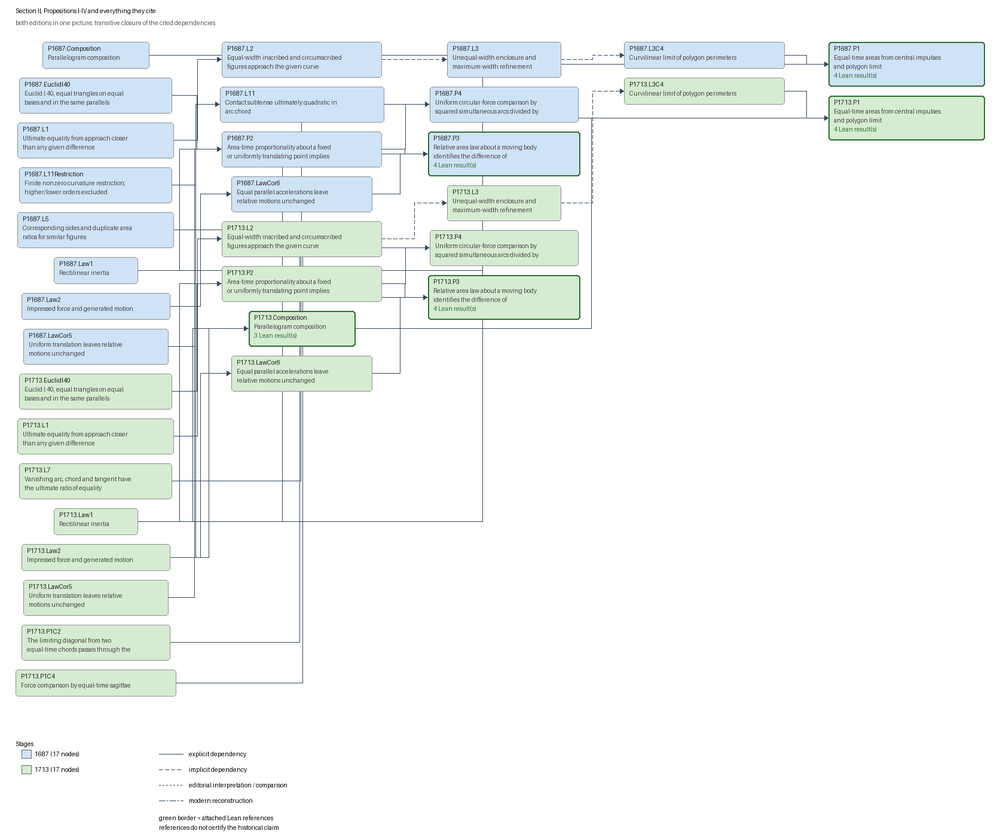
Above: docs/graphs/section-II.png in arivero/newtonlean (Graphviz), before the change. Its source is kept beside it as docs/graphs/section-II.dot.
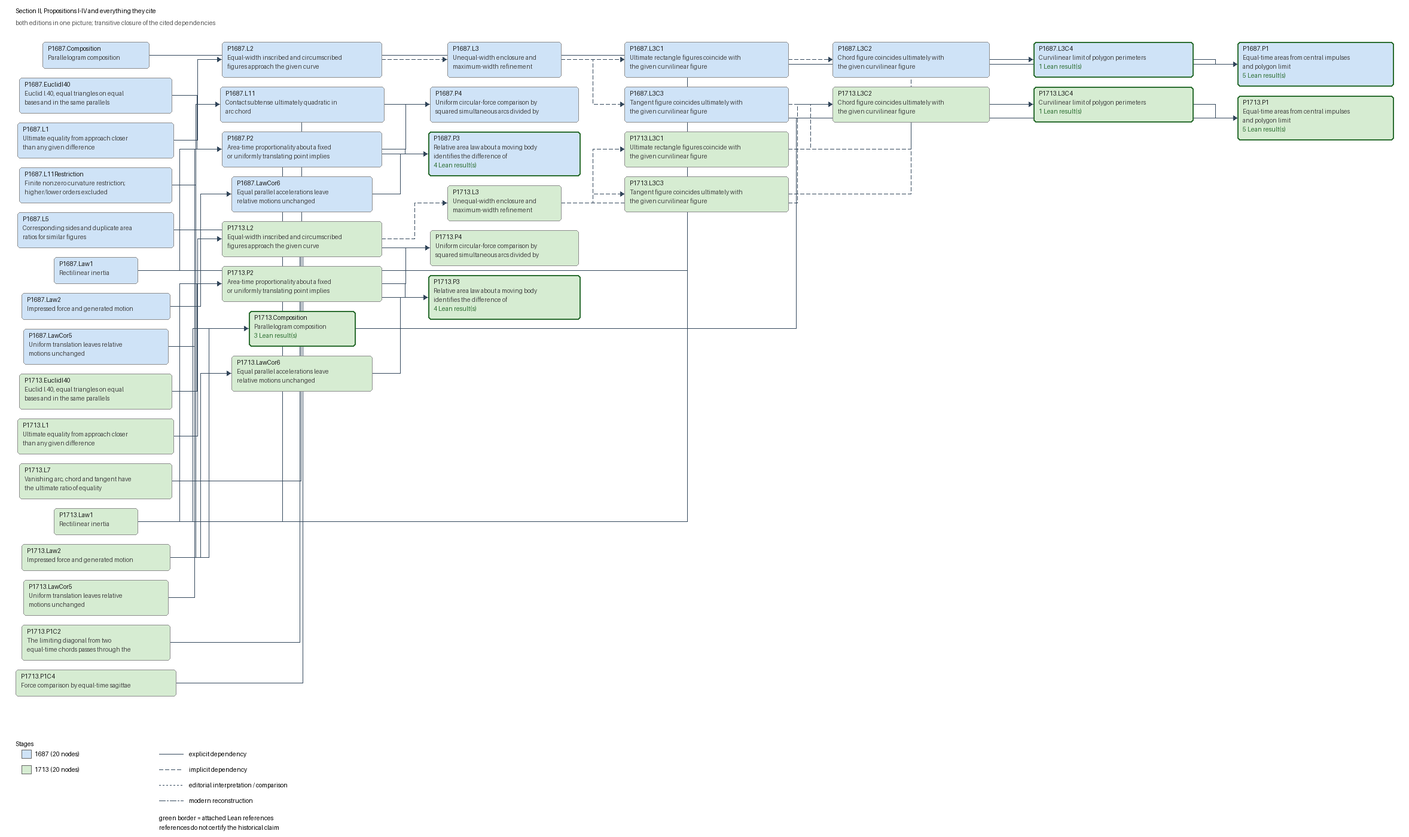
Later version of the same file.

What changed in the source:
```diff
@@ -8,13 +8,16 @@
   "P1687.L11Restriction" [label="P1687.L11Restriction\nFinite nonzero curvature restriction;\nhigher/lower orders excluded", fillcolor="#cfe3f7", color="#8d8d8d", penwidth=1];
   "P1687.L2" [label="P1687.L2\nEqual-width inscribed and circumscribed\nfigures approach the given curve", fillcolor="#cfe3f7", color="#8d8d8d", penwidth=1];
   "P1687.L3" [label="P1687.L3\nUnequal-width enclosure and\nmaximum-width refinement", fillcolor="#cfe3f7", color="#8d8d8d", penwidth=1];
-  "P1687.L3C4" [label="P1687.L3C4\nCurvilinear limit of polygon perimeters", fillcolor="#cfe3f7", color="#8d8d8d", penwidth=1];
+  "P1687.L3C1" [label="P1687.L3C1\nUltimate rectangle figures coincide with\nthe given curvilinear figure", fillcolor="#cfe3f7", color="#8d8d8d", penwidth=1];
+  "P1687.L3C2" [label="P1687.L3C2\nChord figure coincides ultimately with\nthe given curvilinear figure", fillcolor="#cfe3f7", color="#8d8d8d", penwidth=1];
+  "P1687.L3C3" [label="P1687.L3C3\nTangent figure coincides ultimately with\nthe given curvilinear figure", fillcolor="#cfe3f7", color="#8d8d8d", penwidth=1];
+  "P1687.L3C4" [label="P1687.L3C4\nCurvilinear limit of polygon perimeters\n1 Lean result(s)", fillcolor="#cfe3f7", color="#2c6e31", penwidth=2];
   "P1687.L5" [label="P1687.L5\nCorresponding sides and duplicate area\nratios for similar figures", fillcolor="#cfe3f7", color="#8d8d8d", penwidth=1];
   "P1687.Law1" [label="P1687.Law1\nRectilinear inertia", fillcolor="#cfe3f7", color="#8d8d8d", penwidth=1];
   "P1687.Law2" [label="P1687.Law2\nImpressed force and generated motion", fillcolor="#cfe3f7", color="#8d8d8d", penwidth=1];
   "P1687.LawCor5" [label="P1687.LawCor5\nUniform translation leaves relative\nmotions unchanged", fillcolor="#cfe3f7", color="#8d8d8d", penwidth=1];
   "P1687.LawCor6" [label="P1687.LawCor6\nEqual parallel accelerations leave\nrelative motions unchanged", fillcolor="#cfe3f7", color="#8d8d8d", penwidth=1];
-  "P1687.P1" [label="P1687.P1\nEqual-time areas from central impulses\nand polygon limit\n4 Lean result(s)", fillcolor="#cfe3f7", color="#2c6e31", penwidth=2];
+  "P1687.P1" [label="P1687.P1\nEqual-time areas from central impulses\nand polygon limit\n5 Lean result(s)", fillcolor="#cfe3f7", color="#2c6e31", penwidth=2];
   "P1687.P2" [label="P1687.P2\nArea-time proportionality about a fixed\nor uniformly translating point implies", fillcolor="#cfe3f7", color="#8d8d8d", penwidth=1];
   "P1687.P3" [label="P1687.P3\nRelative area law about a moving body\nidentifies the difference of\n4 Lean result(s)", fillcolor="#cfe3f7", color="#2c6e31", penwidth=2];
   "P1687.P4" [label="P1687.P4\nUniform circular-force comparison by\nsquared simultaneous arcs divided by", fillcolor="#cfe3f7", color="#8d8d8d", penwidth=1];
@@ -23,13 +26,16 @@
   "P1713.L1" [label="P1713.L1\nUltimate equality from approach closer\nthan any given difference", fillcolor="#d6ecd2", color="#8d8d8d", penwidth=1];
   "P1713.L2" [label="P1713.L2\nEqual-width inscribed and circumscribed\nfigures approach the given curve", fillcolor="#d6ecd2", color="#8d8d8d", penwidth=1];
   "P1713.L3" [label="P1713.L3\nUnequal-width enclosure and\nmaximum-width refinement", fillcolor="#d6ecd2", color="#8d8d8d", penwidth=1];
-  "P1713.L3C4" [label="P1713.L3C4\nCurvilinear limit of polygon perimeters", fillcolor="#d6ecd2", color="#8d8d8d", penwidth=1];
+  "P1713.L3C1" [label="P1713.L3C1\nUltimate rectangle figures coincide with\nthe given curvilinear figure", fillcolor="#d6ecd2", color="#8d8d8d", penwidth=1];
+  "P1713.L3C2" [label="P1713.L3C2\nChord figure coincides ultimately with\nthe given curvilinear figure", fillcolor="#d6ecd2", color="#8d8d8d", penwidth=1];
+  "P1713.L3C3" [label="P1713.L3C3\nTangent figure coincides ultimately with\nthe given curvilinear figure", fillcolor="#d6ecd2", color="#8d8d8d", penwidth=1];
+  "P1713.L3C4" [label="P1713.L3C4\nCurvilinear limit of polygon perimeters\n1 Lean result(s)", fillcolor="#d6ecd2", color="#2c6e31", penwidth=2];
   "P1713.L7" [label="P1713.L7\nVanishing arc, chord and tangent have\nthe ultimate ratio of equality", fillcolor="#d6ecd2", color="#8d8d8d", penwidth=1];
   "P1713.Law1" [label="P1713.Law1\nRectilinear inertia", fillcolor="#d6ecd2", color="#8d8d8d", penwidth=1];
   "P1713.Law2" [label="P1713.Law2\nImpressed force and generated motion", fillcolor="#d6ecd2", color="#8d8d8d", penwidth=1];
   "P1713.LawCor5" [label="P1713.LawCor5\nUniform translation leaves relative\nmotions unchanged", fillcolor="#d6ecd2", color="#8d8d8d", penwidth=1];
   "P1713.LawCor6" [label="P1713.LawCor6\nEqual parallel accelerations leave\nrelative motions unchanged", fillcolor="#d6ecd2", color="#8d8d8d", penwidth=1];
-  "P1713.P1" [label="P1713.P1\nEqual-time areas from central impulses\nand polygon limit\n4 Lean result(s)", fillcolor="#d6ecd2", color="#2c6e31", penwidth=2];
+  "P1713.P1" [label="P1713.P1\nEqual-time areas from central impulses\nand polygon limit\n5 Lean result(s)", fillcolor="#d6ecd2", color="#2c6e31", penwidth=2];
   "P1713.P1C2" [label="P1713.P1C2\nThe limiting diagonal from two\nequal-time chords passes through the", fillcolor="#d6ecd2", color="#8d8d8d", penwidth=1];
   "P1713.P1C4" [label="P1713.P1C4\nForce comparison by equal-time sagittae", fillcolor="#d6ecd2", color="#8d8d8d", penwidth=1];
   "P1713.P2" [label="P1713.P2\nArea-time proportionality about a fixed\nor uniformly translating point implies", fillcolor="#d6ecd2", color="#8d8d8d", penwidth=1];
@@ -69,8 +75,20 @@
   "P1687.L11Restriction" -> "P1687.L11" [style=solid, label="proof dependency: explicit_dependency", fontsize=9];
   "P1713.Law2" -> "P1713.Composition" [style=solid, label="proof dependency: explicit_dependency", fontsize=9];
   "P1713.Law1" -> "P1713.Composition" [style=solid, label="proof dependency: explicit_dependency", fontsize=9];
+  "P1687.L3C1" -> "P1687.L3C4" [style=dashed, label="proof dependency: implicit_dependency", fontsize=9];
+  "P1687.L3C2" -> "P1687.L3C4" [style=dashed, label="proof dependency: implicit_dependency", fontsize=9];
+  "P1687.L3C3" -> "P1687.L3C4" [style=dashed, label="proof dependency: implicit_dependency", fontsize=9];
+  "P1713.L3C1" -> "P1713.L3C4" [style=dashed, label="proof dependency: implicit_dependency", fontsize=9];
+  "P1713.L3C2" -> "P1713.L3C4" [style=dashed, label="proof dependency: implicit_dependency", fontsize=9];
+  "P1713.L3C3" -> "P1713.L3C4" [style=dashed, label="proof dependency: implicit_dependency", fontsize=9];
   "P1687.L2" -> "P1687.L3" [style=dashed, label="proof dependency: implicit_dependency", fontsize=9];
   "P1713.L2" -> "P1713.L3" [style=dashed, label="proof dependency: implicit_dependency", fontsize=9];
+  "P1687.L3" -> "P1687.L3C1" [style=dashed, label="proof dependency: implicit_dependency", fontsize=9];
+  "P1687.L3C1" -> "P1687.L3C2" [style=dashed, label="proof dependency: implicit_dependency", fontsize=9];
+  "P1687.L3" -> "P1687.L3C3" [style=dashed, label="proof dependency: implicit_dependency", fontsize=9];
+  "P1713.L3" -> "P1713.L3C1" [style=dashed, label="proof dependency: implicit_dependency", fontsize=9];
+  "P1713.L3C1" -> "P1713.L3C2" [style=dashed, label="proof dependency: implicit_dependency", fontsize=9];
+  "P1713.L3" -> "P1713.L3C3" [style=dashed, label="proof dependency: implicit_dependency", fontsize=9];
   "P1687.L1" -> "P1687.L2" [style=solid, label="proof dependency: explicit_dependency", fontsize=9];
   "P1713.L1" -> "P1713.L2" [style=solid, label="proof dependency: explicit_dependency", fontsize=9];
 }
```
